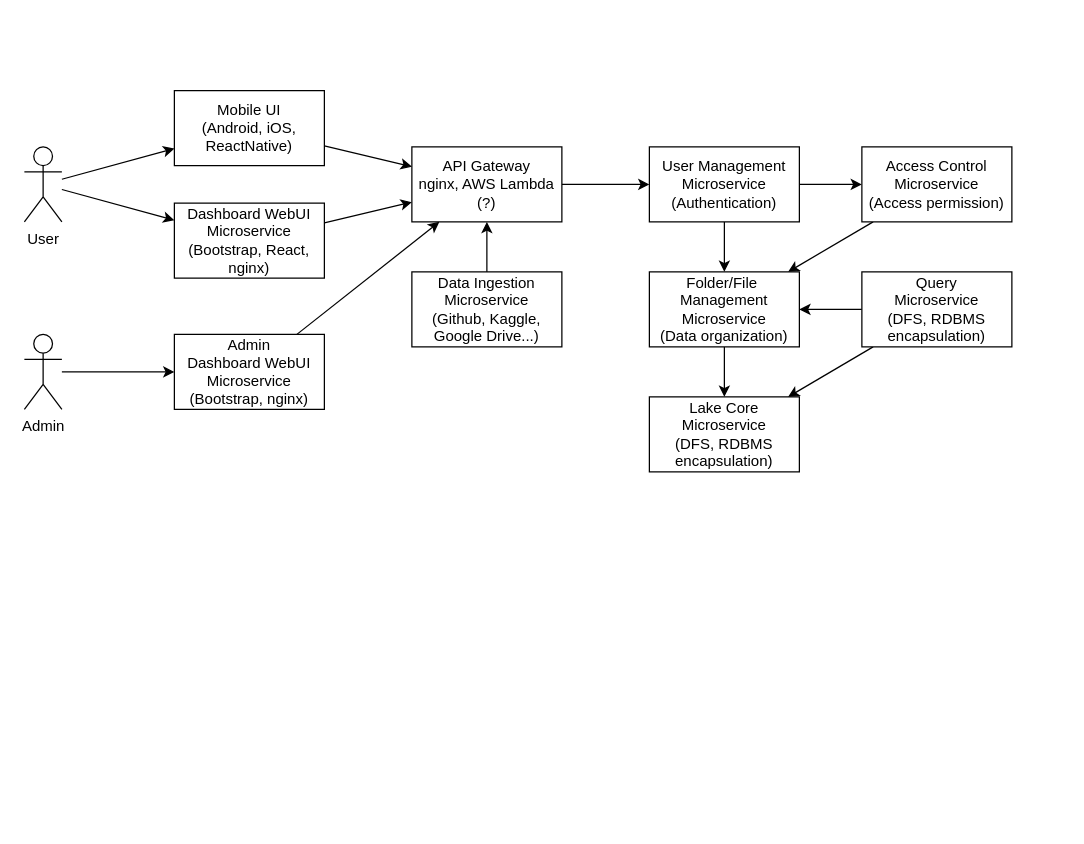
The draw.io diagram docs/arch.drawio in larycoder/ulake-internship, before the edit. Source tidied: cells renumbered, new cells numbered last; positions are measured from the earlier drawing's top-left corner, leaving out a move shared by most shapes. Both pictures are drawn from the tidied source at 125%, with x=0, y=0 at pixel (24, 90).
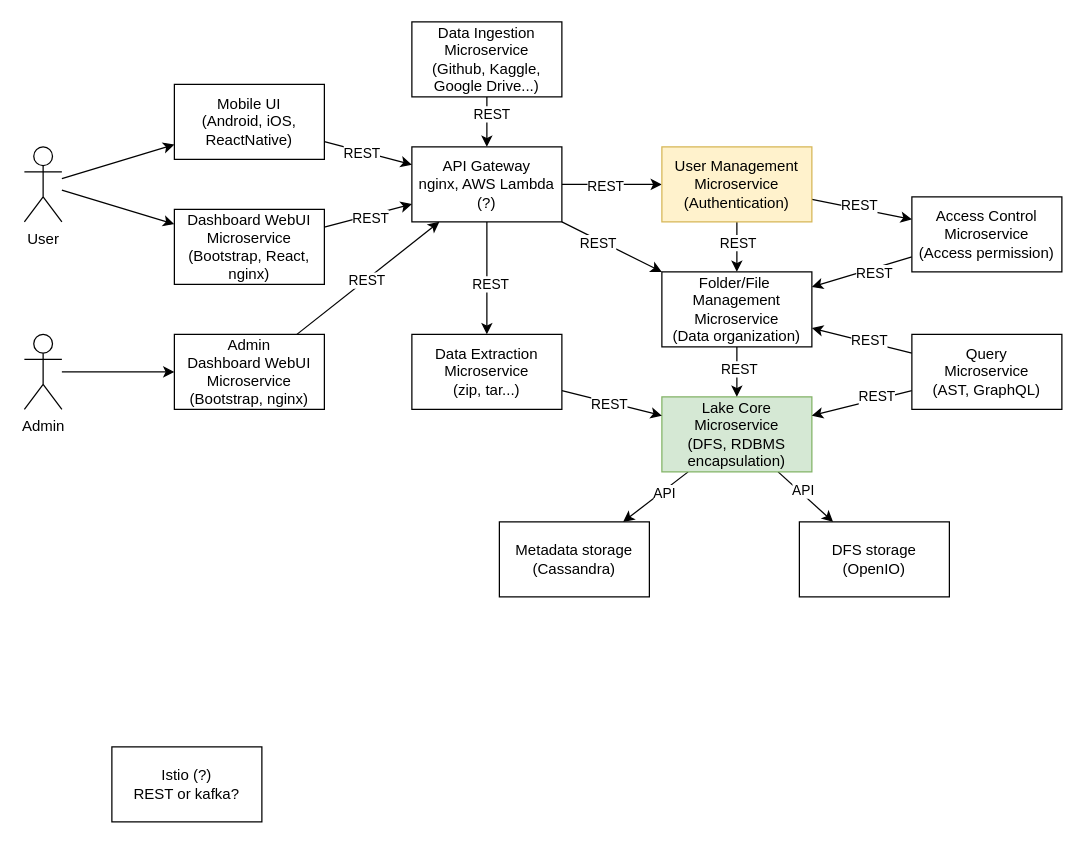
After the change.

Unchanged cells that the change refers to:
```xml
<mxCell id="2" style="edgeStyle=orthogonalEdgeStyle;rounded=0;jettySize=auto;html=1;" parent="1" edge="1" source="3" target="9">
  <mxGeometry relative="1" as="geometry" />
</mxCell>
<mxCell id="3" value="API Gateway&lt;br&gt;nginx, AWS Lambda (?)" style="rounded=0;whiteSpace=wrap;html=1;" parent="1" vertex="1">
  <mxGeometry x="310" y="45" width="120" height="60" as="geometry" />
</mxCell>
<mxCell id="7" style="edgeStyle=none;rounded=0;jettySize=auto;html=1;" parent="1" edge="1" source="9" target="16">
  <mxGeometry relative="1" as="geometry" />
</mxCell>
<mxCell id="8" style="edgeStyle=none;rounded=0;jettySize=auto;html=1;" parent="1" edge="1" source="9" target="21">
  <mxGeometry relative="1" as="geometry" />
</mxCell>
<mxCell id="11" style="rounded=0;jettySize=auto;html=1;" parent="1" edge="1" source="12" target="3">
  <mxGeometry relative="1" as="geometry" />
</mxCell>
<mxCell id="13" style="rounded=0;jettySize=auto;html=1;" parent="1" edge="1" source="14" target="3">
  <mxGeometry relative="1" as="geometry" />
</mxCell>
<mxCell id="15" style="edgeStyle=none;rounded=0;jettySize=auto;html=1;" parent="1" edge="1" source="16" target="21">
  <mxGeometry relative="1" as="geometry" />
</mxCell>
<mxCell id="17" style="edgeStyle=none;rounded=0;jettySize=auto;html=1;" parent="1" edge="1" source="19" target="21">
  <mxGeometry relative="1" as="geometry" />
</mxCell>
<mxCell id="18" style="edgeStyle=none;rounded=0;jettySize=auto;html=1;" parent="1" edge="1" source="19" target="10">
  <mxGeometry relative="1" as="geometry" />
</mxCell>
<mxCell id="20" style="edgeStyle=none;rounded=0;jettySize=auto;html=1;" parent="1" edge="1" source="21" target="10">
  <mxGeometry relative="1" as="geometry" />
</mxCell>
<mxCell id="22" style="edgeStyle=none;rounded=0;jettySize=auto;html=1;" parent="1" edge="1" source="23" target="3">
  <mxGeometry relative="1" as="geometry" />
</mxCell>
<mxCell id="24" style="edgeStyle=none;rounded=0;jettySize=auto;html=1;" parent="1" edge="1" source="25" target="3">
  <mxGeometry relative="1" as="geometry" />
</mxCell>
```

Change to the diagram source:
```diff
@@
+    <mxCell id="28" value="REST" style="edgeLabel;html=1;align=center;verticalAlign=middle;" parent="2" vertex="1">
+      <mxGeometry x="-0.14" y="-1" relative="1" as="geometry" />
+    </mxCell>
+    <mxCell id="29" style="edgeStyle=orthogonalEdgeStyle;rounded=0;jettySize=auto;html=1;" parent="1" edge="1" source="3" target="49">
+      <mxGeometry relative="1" as="geometry" />
+    </mxCell>
+    <mxCell id="30" value="REST" style="edgeLabel;html=1;align=center;verticalAlign=middle;" parent="29" vertex="1">
+      <mxGeometry x="0.09" y="2" relative="1" as="geometry" />
+    </mxCell>
+    <mxCell id="31" style="rounded=0;jettySize=auto;html=1;" parent="1" edge="1" source="3" target="21">
+      <mxGeometry relative="1" as="geometry" />
+    </mxCell>
+    <mxCell id="32" value="REST" style="edgeLabel;html=1;align=center;verticalAlign=middle;" parent="31" vertex="1">
+      <mxGeometry x="-0.27" y="-2" relative="1" as="geometry" />
+    </mxCell>
@@
+    <mxCell id="33" value="REST" style="edgeLabel;html=1;align=center;verticalAlign=middle;" parent="7" vertex="1">
+      <mxGeometry x="-0.13" y="-1" relative="1" as="geometry">
+        <mxPoint x="3" y="-3" as="offset" />
+      </mxGeometry>
+    </mxCell>
@@
+    <mxCell id="34" value="REST" style="edgeLabel;html=1;align=center;verticalAlign=middle;" parent="8" vertex="1">
+      <mxGeometry x="-0.2" relative="1" as="geometry" />
+    </mxCell>
-    <mxCell id="9" value="User Management&lt;br&gt;Microservice&lt;br&gt;(Authentication)" style="rounded=0;whiteSpace=wrap;html=1;" parent="1" vertex="1">
-      <mxGeometry x="500" y="45" width="120" height="60" as="geometry" />
+    <mxCell id="9" value="User Management&lt;br&gt;Microservice&lt;br&gt;(Authentication)" style="rounded=0;whiteSpace=wrap;html=1;fillColor=#fff2cc;strokeColor=#d6b656;" parent="1" vertex="1">
+      <mxGeometry x="510" y="45" width="120" height="60" as="geometry" />
     </mxCell>
+    <mxCell id="35" style="edgeStyle=none;rounded=0;jettySize=auto;html=1;strokeColor=#000000;" parent="1" edge="1" source="10" target="50">
+      <mxGeometry relative="1" as="geometry" />
+    </mxCell>
+    <mxCell id="36" value="API" style="edgeLabel;html=1;align=center;verticalAlign=middle;" parent="35" vertex="1">
+      <mxGeometry x="-0.2" y="1" relative="1" as="geometry" />
+    </mxCell>
+    <mxCell id="37" style="edgeStyle=none;rounded=0;jettySize=auto;html=1;strokeColor=#000000;" parent="1" edge="1" source="10" target="51">
+      <mxGeometry relative="1" as="geometry" />
+    </mxCell>
+    <mxCell id="38" value="API" style="edgeLabel;html=1;align=center;verticalAlign=middle;" parent="37" vertex="1">
+      <mxGeometry x="-0.19" y="2" relative="1" as="geometry" />
+    </mxCell>
-    <mxCell id="10" value="Lake Core&lt;br&gt;Microservice&lt;br&gt;(DFS, RDBMS encapsulation)" style="rounded=0;whiteSpace=wrap;html=1;" parent="1" vertex="1">
-      <mxGeometry x="500" y="245" width="120" height="60" as="geometry" />
+    <mxCell id="10" value="Lake Core&lt;br&gt;Microservice&lt;br&gt;(DFS, RDBMS encapsulation)" style="rounded=0;whiteSpace=wrap;html=1;fillColor=#d5e8d4;strokeColor=#82b366;" parent="1" vertex="1">
+      <mxGeometry x="510" y="245" width="120" height="60" as="geometry" />
     </mxCell>
@@
+    <mxCell id="39" value="REST" style="edgeLabel;html=1;align=center;verticalAlign=middle;" parent="11" vertex="1">
+      <mxGeometry x="0.01" y="-2" relative="1" as="geometry" />
+    </mxCell>
     <mxCell id="12" value="Dashboard&amp;nbsp;WebUI&lt;br&gt;Microservice&lt;br&gt;(Bootstrap, React, nginx)" style="rounded=0;whiteSpace=wrap;html=1;" parent="1" vertex="1">
-      <mxGeometry x="120" y="90" width="120" height="60" as="geometry" />
+      <mxGeometry x="120" y="95" width="120" height="60" as="geometry" />
     </mxCell>
@@
+    <mxCell id="40" value="REST" style="edgeLabel;html=1;align=center;verticalAlign=middle;" parent="13" vertex="1">
+      <mxGeometry x="-0.13" y="-1" relative="1" as="geometry" />
+    </mxCell>
     <mxCell id="14" value="Mobile UI&lt;br&gt;(Android, iOS, ReactNative)" style="rounded=0;whiteSpace=wrap;html=1;" parent="1" vertex="1">
-      <mxGeometry x="120" width="120" height="60" as="geometry" />
+      <mxGeometry x="120" y="-5" width="120" height="60" as="geometry" />
     </mxCell>
@@
+    <mxCell id="41" value="REST" style="edgeLabel;html=1;align=center;verticalAlign=middle;" parent="15" vertex="1">
+      <mxGeometry x="-0.2" y="3" relative="1" as="geometry" />
+    </mxCell>
     <mxCell id="16" value="Access Control&lt;br&gt;Microservice&lt;br&gt;(Access permission)" style="rounded=0;whiteSpace=wrap;html=1;" parent="1" vertex="1">
-      <mxGeometry x="670" y="45" width="120" height="60" as="geometry" />
+      <mxGeometry x="710" y="85" width="120" height="60" as="geometry" />
     </mxCell>
@@
+    <mxCell id="42" value="REST" style="edgeLabel;html=1;align=center;verticalAlign=middle;" parent="17" vertex="1">
+      <mxGeometry x="-0.12" y="-2" relative="1" as="geometry" />
+    </mxCell>
@@
+    <mxCell id="43" value="REST" style="edgeLabel;html=1;align=center;verticalAlign=middle;" parent="18" vertex="1">
+      <mxGeometry x="-0.3" y="-3" relative="1" as="geometry" />
+    </mxCell>
-    <mxCell id="19" value="Query&lt;br&gt;Microservice&lt;br&gt;(DFS, RDBMS encapsulation)" style="rounded=0;whiteSpace=wrap;html=1;" parent="1" vertex="1">
-      <mxGeometry x="670" y="145" width="120" height="60" as="geometry" />
+    <mxCell id="19" value="Query&lt;br&gt;Microservice&lt;br&gt;(AST, GraphQL)" style="rounded=0;whiteSpace=wrap;html=1;" parent="1" vertex="1">
+      <mxGeometry x="710" y="195" width="120" height="60" as="geometry" />
     </mxCell>
@@
+    <mxCell id="44" value="REST" style="edgeLabel;html=1;align=center;verticalAlign=middle;" parent="20" vertex="1">
+      <mxGeometry x="-0.15" y="1" relative="1" as="geometry" />
+    </mxCell>
     <mxCell id="21" value="Folder/File&amp;nbsp; Management&lt;br&gt;Microservice&lt;br&gt;(Data organization)" style="rounded=0;whiteSpace=wrap;html=1;" parent="1" vertex="1">
-      <mxGeometry x="500" y="145" width="120" height="60" as="geometry" />
+      <mxGeometry x="510" y="145" width="120" height="60" as="geometry" />
     </mxCell>
@@
+    <mxCell id="45" value="REST" style="edgeLabel;html=1;align=center;verticalAlign=middle;" parent="22" vertex="1">
+      <mxGeometry x="-0.35" y="3" relative="1" as="geometry" />
+    </mxCell>
     <mxCell id="23" value="Data Ingestion&lt;br&gt;Microservice&lt;br&gt;(Github, Kaggle, Google Drive...)" style="rounded=0;whiteSpace=wrap;html=1;" parent="1" vertex="1">
-      <mxGeometry x="310" y="145" width="120" height="60" as="geometry" />
+      <mxGeometry x="310" y="-55" width="120" height="60" as="geometry" />
     </mxCell>
@@
+    <mxCell id="46" value="REST" style="edgeLabel;html=1;align=center;verticalAlign=middle;" parent="24" vertex="1">
+      <mxGeometry x="-0.02" relative="1" as="geometry" />
+    </mxCell>
@@
+    <mxCell id="47" style="rounded=0;jettySize=auto;html=1;" parent="1" edge="1" source="49" target="10">
+      <mxGeometry relative="1" as="geometry" />
+    </mxCell>
+    <mxCell id="48" value="REST" style="edgeLabel;html=1;align=center;verticalAlign=middle;" parent="47" vertex="1">
+      <mxGeometry x="-0.02" y="-1" relative="1" as="geometry">
+        <mxPoint x="-1" as="offset" />
+      </mxGeometry>
+    </mxCell>
+    <mxCell id="49" value="Data Extraction Microservice&lt;br&gt;(zip, tar...)" style="rounded=0;whiteSpace=wrap;html=1;" parent="1" vertex="1">
+      <mxGeometry x="310" y="195" width="120" height="60" as="geometry" />
+    </mxCell>
+    <mxCell id="50" value="Metadata storage&lt;br&gt;(Cassandra)" style="rounded=0;whiteSpace=wrap;html=1;" parent="1" vertex="1">
+      <mxGeometry x="380" y="345" width="120" height="60" as="geometry" />
+    </mxCell>
+    <mxCell id="51" value="DFS storage&lt;br&gt;(OpenIO)" style="rounded=0;whiteSpace=wrap;html=1;" parent="1" vertex="1">
+      <mxGeometry x="620" y="345" width="120" height="60" as="geometry" />
+    </mxCell>
+    <mxCell id="52" value="Istio (?)&lt;br&gt;REST or kafka?" style="rounded=0;whiteSpace=wrap;html=1;" parent="1" vertex="1">
+      <mxGeometry x="70" y="525" width="120" height="60" as="geometry" />
+    </mxCell>
```
